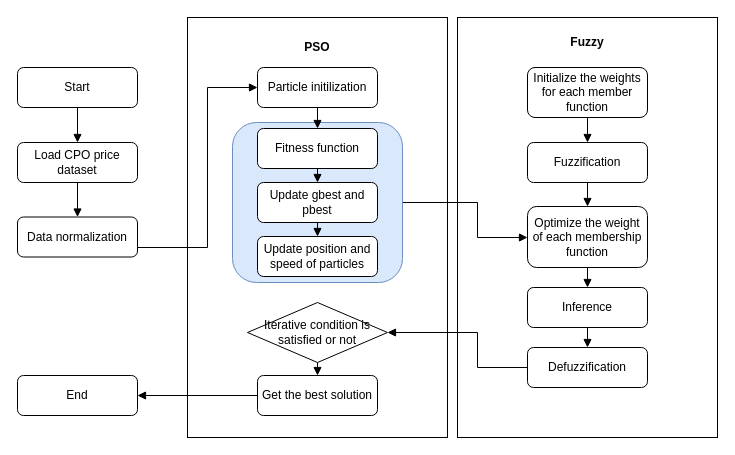
This is Flow chart algorithm fuzzy pso.drawio from ariesharry/Diagrams, a draw.io file, before an edit. Source tidied: cells renumbered, new cells numbered last; positions are measured from the earlier drawing's top-left corner, leaving out a move shared by most shapes. Both pictures are drawn from the tidied source at 100%, with x=0, y=0 at pixel (17, 17).
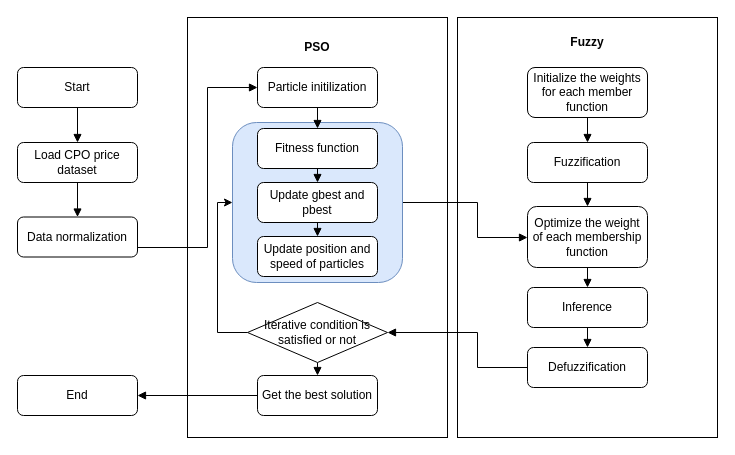
Above is the later version.

Unchanged cells that the change refers to:
```xml
<mxCell id="5" style="rounded=1;whiteSpace=wrap;html=1;fillColor=#dae8fc;strokeColor=#6c8ebf;" parent="1" vertex="1">
  <mxGeometry x="215" y="105" width="170" height="160" as="geometry" />
</mxCell>
<mxCell id="17" value="Iterative condition is satisfied or not" style="rhombus;whiteSpace=wrap;html=1;" parent="1" vertex="1">
  <mxGeometry x="230" y="285" width="140" height="60" as="geometry" />
</mxCell>
```

Diff of the diagram source:
```diff
@@
+    <mxCell id="38" style="edgeStyle=orthogonalEdgeStyle;rounded=0;jettySize=auto;html=1;exitX=0;exitY=0.5;exitDx=0;exitDy=0;entryX=0;entryY=0.5;entryDx=0;entryDy=0;" parent="1" edge="1" source="17" target="5">
+      <mxGeometry relative="1" as="geometry">
+        <Array as="points">
+          <mxPoint x="200" y="315" />
+          <mxPoint x="200" y="185" />
+        </Array>
+      </mxGeometry>
+    </mxCell>
```
